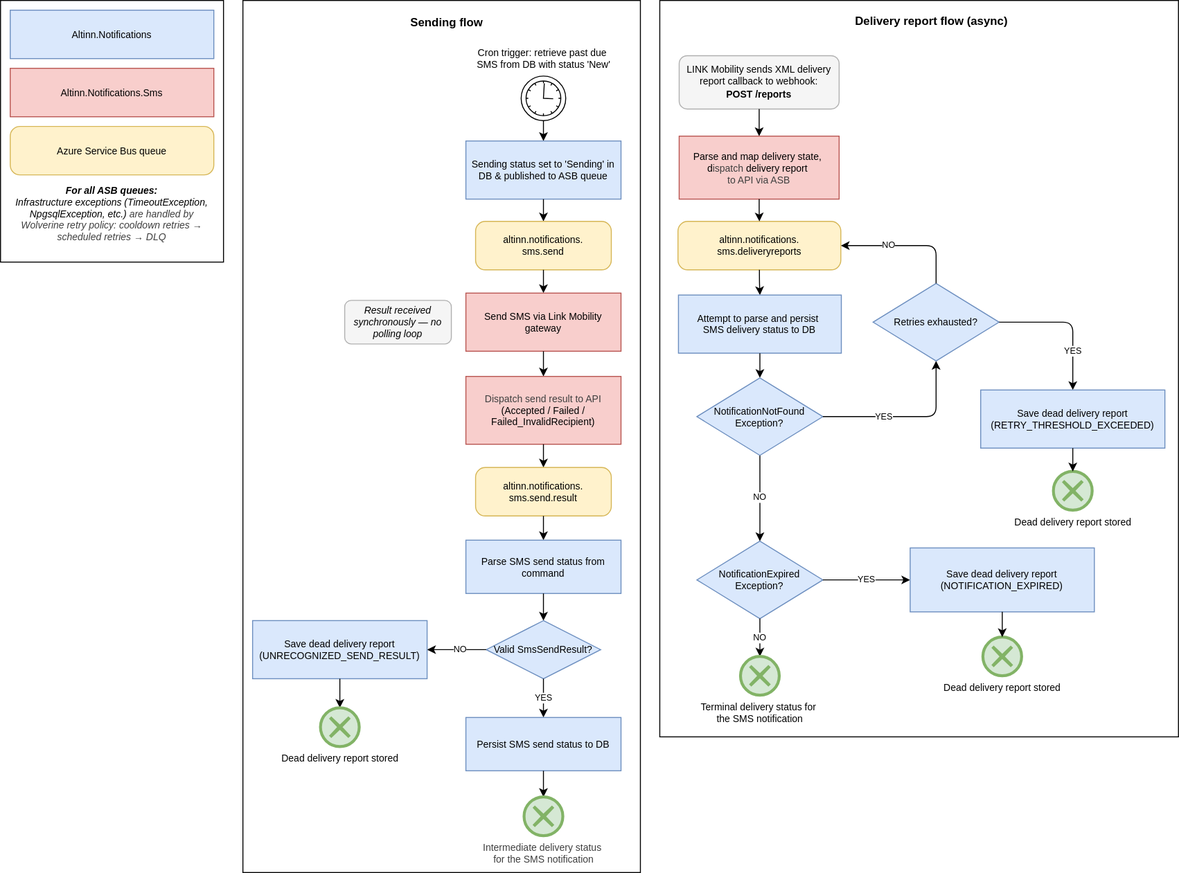
The draw.io diagram docs/architecture/diagrams/flowchart-sms-notifications-process.svg in Altinn/altinn-notifications, before a commit. Source tidied: cells renumbered, new cells last; positions are measured from the earlier drawing's top-left corner, leaving out a move shared by most shapes.
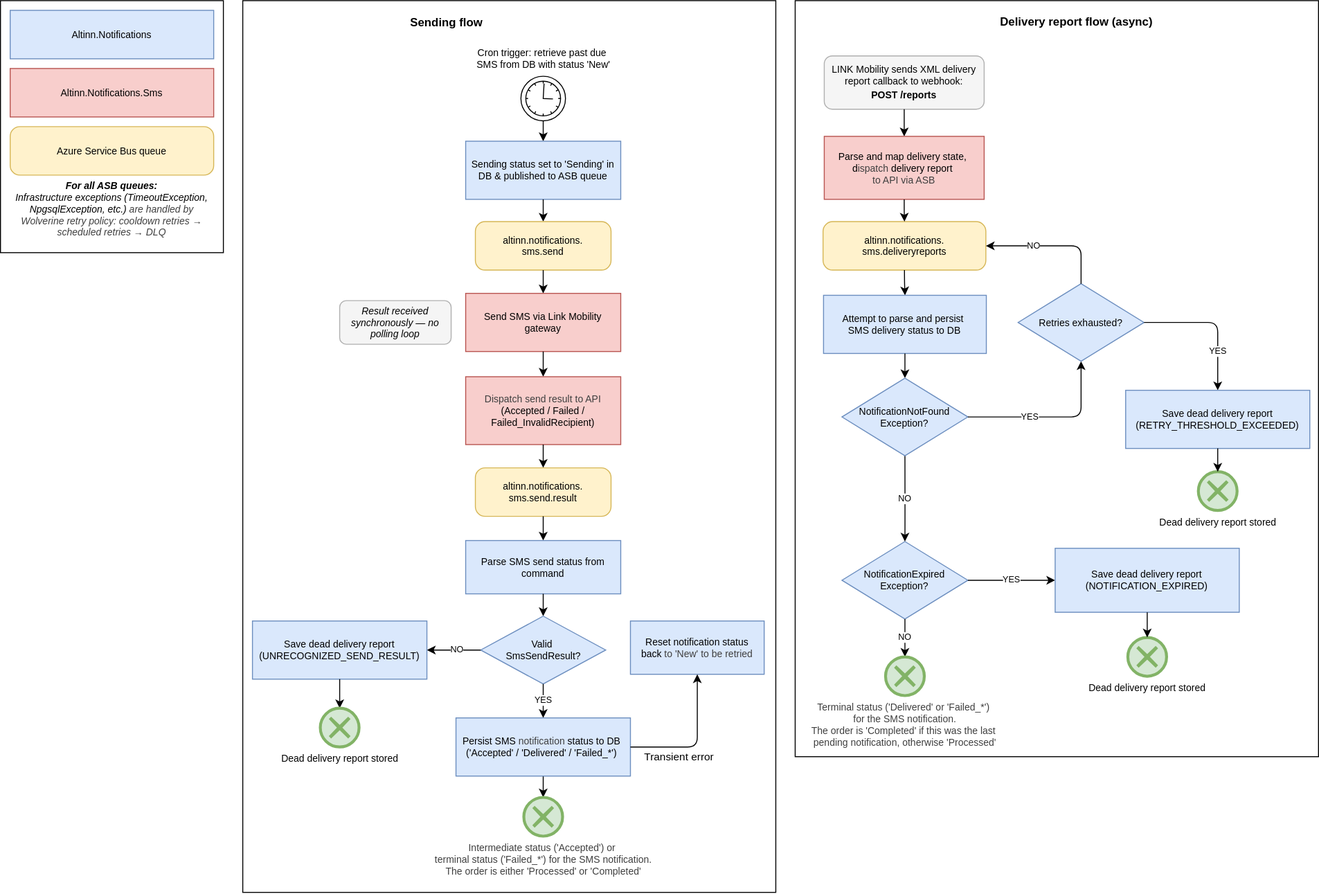
After the commit.

Change to the diagram source:
```diff
@@ -5,9 +5,9 @@
     <mxCell id="2" style="rounded=0;whiteSpace=wrap;html=1;" parent="1" vertex="1">
-      <mxGeometry x="680" width="535" height="760" as="geometry" />
+      <mxGeometry x="820" width="540" height="780" as="geometry" />
     </mxCell>
     <mxCell id="3" style="rounded=0;whiteSpace=wrap;html=1;" parent="1" vertex="1">
-      <mxGeometry x="250" width="410" height="900" as="geometry" />
+      <mxGeometry x="250" width="550" height="920" as="geometry" />
     </mxCell>
     <mxCell id="4" style="rounded=0;whiteSpace=wrap;html=1;" parent="1" vertex="1">
-      <mxGeometry width="230" height="270" as="geometry" />
+      <mxGeometry width="230" height="260" as="geometry" />
     </mxCell>
@@ -17,3 +17,3 @@
     <mxCell id="6" value="&lt;font style=&quot;font-size: 12px;&quot;&gt;Delivery report flow (async)&lt;/font&gt;" style="text;html=1;align=center;verticalAlign=middle;strokeColor=none;fillColor=none;fontSize=11;fontStyle=1;" parent="1" vertex="1">
-      <mxGeometry x="850" y="9" width="220" height="25" as="geometry" />
+      <mxGeometry x="1000" y="9" width="220" height="25" as="geometry" />
     </mxCell>
@@ -29,3 +29,3 @@
     <mxCell id="10" value="&lt;div&gt;&lt;font&gt;&lt;b&gt;For all ASB queues:&lt;/b&gt;&lt;/font&gt;&lt;/div&gt;&lt;font&gt;Infrastructure exceptions (TimeoutException, NpgsqlException, etc.)&amp;nbsp;&lt;/font&gt;&lt;span style=&quot;color: rgb(63, 63, 63); background-color: transparent;&quot;&gt;are handled by Wolverine retry policy:&amp;nbsp;&lt;/span&gt;&lt;span style=&quot;color: rgb(63, 63, 63); background-color: transparent;&quot;&gt;cooldown retries → scheduled retries → DLQ&lt;/span&gt;" style="rounded=1;whiteSpace=wrap;html=1;fontSize=10;fontStyle=2;strokeColor=none;" parent="1" vertex="1">
-      <mxGeometry x="10" y="180" width="210" height="80" as="geometry" />
+      <mxGeometry x="10" y="180" width="210" height="70" as="geometry" />
     </mxCell>
@@ -56,3 +56,3 @@
     <mxCell id="19" value="&lt;font style=&quot;font-size: 10px;&quot;&gt;Result received synchronously — no polling loop&lt;/font&gt;" style="rounded=1;whiteSpace=wrap;html=1;fillColor=#f5f5f5;strokeColor=#b0b0b0;fontSize=9;fontStyle=2;" parent="1" vertex="1">
-      <mxGeometry x="355" y="309.5" width="110" height="45" as="geometry" />
+      <mxGeometry x="350" y="309.5" width="115" height="45" as="geometry" />
     </mxCell>
@@ -79,15 +79,12 @@
     </mxCell>
-    <mxCell id="27" value="Valid SmsSendResult?" style="rhombus;whiteSpace=wrap;html=1;fontSize=10;fillColor=#dae8fc;strokeColor=#6c8ebf;" parent="1" vertex="1">
-      <mxGeometry x="501" y="640" width="118" height="60" as="geometry" />
+    <mxCell id="27" value="Valid&amp;nbsp;&lt;div&gt;SmsSendResult?&lt;/div&gt;" style="rhombus;whiteSpace=wrap;html=1;fontSize=10;fillColor=#dae8fc;strokeColor=#6c8ebf;" parent="1" vertex="1">
+      <mxGeometry x="495.5" y="635" width="129" height="70" as="geometry" />
     </mxCell>
-    <mxCell id="28" value="YES" style="edgeStyle=orthogonalEdgeStyle;html=1;exitX=0.5;exitY=1;exitDx=0;exitDy=0;fontSize=9;" parent="1" edge="1" source="27" target="29">
+    <mxCell id="28" value="YES" style="edgeStyle=orthogonalEdgeStyle;html=1;exitX=0.5;exitY=1;exitDx=0;exitDy=0;fontSize=9;entryX=0.5;entryY=0;entryDx=0;entryDy=0;" parent="1" edge="1" source="27" target="60">
       <mxGeometry relative="1" as="geometry" />
     </mxCell>
-    <mxCell id="29" value="&lt;font&gt;Persist SMS send status to DB&lt;/font&gt;" style="rounded=0;whiteSpace=wrap;html=1;fillColor=#dae8fc;strokeColor=#6c8ebf;fontSize=10;" parent="1" vertex="1">
-      <mxGeometry x="480" y="740" width="160" height="55" as="geometry" />
-    </mxCell>
-    <mxCell id="30" style="edgeStyle=orthogonalEdgeStyle;html=1;exitX=0.5;exitY=1;exitDx=0;exitDy=0;entryX=0.5;entryY=0;entryDx=0;entryDy=0;entryPerimeter=0;" parent="1" edge="1" source="29" target="31">
+    <mxCell id="30" style="edgeStyle=orthogonalEdgeStyle;html=1;exitX=0.5;exitY=1;exitDx=0;exitDy=0;entryX=0.5;entryY=0;entryDx=0;entryDy=0;entryPerimeter=0;" parent="1" edge="1" source="60" target="31">
       <mxGeometry relative="1" as="geometry" />
     </mxCell>
-    <mxCell id="31" value="&lt;font style=&quot;scrollbar-color: rgb(226, 226, 226) rgb(251, 251, 251); color: rgb(63, 63, 63);&quot;&gt;Intermediate delivery status&amp;nbsp;&lt;/font&gt;&lt;div style=&quot;color: rgb(63, 63, 63); scrollbar-color: rgb(226, 226, 226) rgb(251, 251, 251);&quot;&gt;&lt;font style=&quot;scrollbar-color: rgb(226, 226, 226) rgb(251, 251, 251); color: rgb(63, 63, 63);&quot;&gt;for&amp;nbsp;&lt;/font&gt;&lt;span style=&quot;color: rgb(63, 63, 63); scrollbar-color: rgb(226, 226, 226) rgb(251, 251, 251); background-color: light-dark(rgb(255, 255, 255), rgb(18, 18, 18));&quot;&gt;the SMS notification&lt;/span&gt;&lt;/div&gt;" style="points=[[0.145,0.145,0],[0.5,0,0],[0.855,0.145,0],[1,0.5,0],[0.855,0.855,0],[0.5,1,0],[0.145,0.855,0],[0,0.5,0]];shape=mxgraph.bpmn.event;html=1;verticalLabelPosition=bottom;labelBackgroundColor=#ffffff;verticalAlign=top;align=center;perimeter=ellipsePerimeter;outlineConnect=0;outline=end;symbol=cancel;fontSize=10;fillColor=#d5e8d4;strokeColor=#82b366;" parent="1" vertex="1">
+    <mxCell id="31" value="&lt;font style=&quot;scrollbar-color: rgb(226, 226, 226) rgb(251, 251, 251); color: rgb(63, 63, 63);&quot;&gt;Intermediate status ('Accepted') or&amp;nbsp;&lt;/font&gt;&lt;div style=&quot;color: rgb(63, 63, 63); scrollbar-color: rgb(226, 226, 226) rgb(251, 251, 251);&quot;&gt;&lt;font style=&quot;scrollbar-color: rgb(226, 226, 226) rgb(251, 251, 251); color: rgb(63, 63, 63);&quot;&gt;terminal status ('Failed_*') for &lt;/font&gt;&lt;span style=&quot;color: rgb(63, 63, 63); scrollbar-color: rgb(226, 226, 226) rgb(251, 251, 251); background-color: light-dark(rgb(255, 255, 255), rgb(18, 18, 18));&quot;&gt;the SMS notification.&lt;/span&gt;&lt;/div&gt;&lt;div style=&quot;color: rgb(63, 63, 63); scrollbar-color: rgb(226, 226, 226) rgb(251, 251, 251);&quot;&gt;&lt;span style=&quot;color: rgb(63, 63, 63); scrollbar-color: rgb(226, 226, 226) rgb(251, 251, 251); background-color: light-dark(rgb(255, 255, 255), rgb(18, 18, 18));&quot;&gt;The order is either 'Processed' or 'Completed'&lt;/span&gt;&lt;/div&gt;" style="points=[[0.145,0.145,0],[0.5,0,0],[0.855,0.145,0],[1,0.5,0],[0.855,0.855,0],[0.5,1,0],[0.145,0.855,0],[0,0.5,0]];shape=mxgraph.bpmn.event;html=1;verticalLabelPosition=bottom;labelBackgroundColor=#ffffff;verticalAlign=top;align=center;perimeter=ellipsePerimeter;outlineConnect=0;outline=end;symbol=cancel;fontSize=10;fillColor=#d5e8d4;strokeColor=#82b366;" parent="1" vertex="1">
       <mxGeometry x="540" y="822" width="40" height="40" as="geometry" />
@@ -107,3 +104,3 @@
     <mxCell id="36" value="&lt;font&gt;LINK Mobility sends XML delivery report callback to webhook:&lt;/font&gt;&lt;div&gt;&lt;div&gt;&lt;font&gt;&lt;b style=&quot;line-height: 150%;&quot;&gt;POST /reports&lt;/b&gt;&lt;/font&gt;&lt;/div&gt;&lt;/div&gt;" style="rounded=1;whiteSpace=wrap;html=1;fillColor=#f5f5f5;strokeColor=#b0b0b0;fontSize=10;" parent="1" vertex="1">
-      <mxGeometry x="700" y="57" width="165" height="55" as="geometry" />
+      <mxGeometry x="850" y="57" width="165" height="55" as="geometry" />
     </mxCell>
@@ -113,6 +110,6 @@
     <mxCell id="38" value="&lt;font&gt;Parse and map delivery state,&amp;nbsp;&lt;/font&gt;&lt;div&gt;&lt;font&gt;d&lt;/font&gt;&lt;span style=&quot;color: rgb(63, 63, 63);&quot;&gt;ispatch&lt;/span&gt;&lt;span style=&quot;background-color: transparent;&quot;&gt;&amp;nbsp;delivery report&amp;nbsp;&lt;/span&gt;&lt;/div&gt;&lt;div&gt;&lt;span style=&quot;color: rgb(63, 63, 63); background-color: transparent;&quot;&gt;to API&amp;nbsp;&lt;/span&gt;&lt;span style=&quot;color: rgb(63, 63, 63); background-color: transparent;&quot;&gt;via ASB&lt;/span&gt;&lt;/div&gt;" style="rounded=0;whiteSpace=wrap;html=1;fillColor=#f8cecc;strokeColor=#b85450;fontSize=10;" parent="1" vertex="1">
-      <mxGeometry x="700" y="140" width="165" height="65" as="geometry" />
+      <mxGeometry x="850" y="140" width="165" height="65" as="geometry" />
     </mxCell>
     <mxCell id="39" value="&lt;font&gt;altinn.notifications.&lt;/font&gt;&lt;div&gt;&lt;font&gt;sms.deliveryreports&lt;/font&gt;&lt;/div&gt;" style="rounded=1;whiteSpace=wrap;html=1;fillColor=#fff2cc;strokeColor=#d6b656;arcSize=20;fontSize=10;" parent="1" vertex="1">
-      <mxGeometry x="698.8" y="228" width="168" height="50" as="geometry" />
+      <mxGeometry x="848.8" y="228" width="168" height="50" as="geometry" />
     </mxCell>
@@ -122,3 +119,3 @@
     <mxCell id="41" value="&lt;font&gt;Attempt to parse and persist&amp;nbsp;&lt;/font&gt;&lt;div&gt;&lt;font&gt;SMS delivery status to DB&lt;/font&gt;&lt;/div&gt;" style="rounded=0;whiteSpace=wrap;html=1;fillColor=#dae8fc;strokeColor=#6c8ebf;fontSize=10;" parent="1" vertex="1">
-      <mxGeometry x="699.2" y="304" width="168" height="60" as="geometry" />
+      <mxGeometry x="849.2" y="304" width="168" height="60" as="geometry" />
     </mxCell>
@@ -128,3 +125,3 @@
     <mxCell id="43" value="&lt;font&gt;NotificationExpired&lt;/font&gt;&lt;div&gt;&lt;font&gt;Exception?&lt;/font&gt;&lt;/div&gt;" style="rhombus;whiteSpace=wrap;html=1;fontSize=10;fillColor=#dae8fc;strokeColor=#6c8ebf;" parent="1" vertex="1">
-      <mxGeometry x="718.2" y="558" width="130" height="80" as="geometry" />
+      <mxGeometry x="868.2" y="558" width="130" height="80" as="geometry" />
     </mxCell>
@@ -136,4 +133,4 @@
         <Array as="points">
-          <mxPoint x="783.2" y="534" />
-          <mxPoint x="783.2" y="534" />
+          <mxPoint x="933.2" y="534" />
+          <mxPoint x="933.2" y="534" />
         </Array>
@@ -142,6 +139,6 @@
     <mxCell id="46" value="&lt;font&gt;Save dead delivery report&lt;/font&gt;&lt;div&gt;&lt;font&gt;(NOTIFICATION_EXPIRED)&lt;/font&gt;&lt;/div&gt;" style="rounded=0;whiteSpace=wrap;html=1;fillColor=#dae8fc;strokeColor=#6c8ebf;fontSize=10;" parent="1" vertex="1">
-      <mxGeometry x="938.2" y="565" width="190" height="66" as="geometry" />
+      <mxGeometry x="1088.2" y="565" width="190" height="66" as="geometry" />
     </mxCell>
     <mxCell id="47" value="&lt;font&gt;Dead delivery report stored&lt;/font&gt;" style="points=[[0.145,0.145,0],[0.5,0,0],[0.855,0.145,0],[1,0.5,0],[0.855,0.855,0],[0.5,1,0],[0.145,0.855,0],[0,0.5,0]];shape=mxgraph.bpmn.event;html=1;verticalLabelPosition=bottom;labelBackgroundColor=#ffffff;verticalAlign=top;align=center;perimeter=ellipsePerimeter;outlineConnect=0;outline=end;symbol=cancel;fillColor=#d5e8d4;strokeColor=#82b366;fontSize=10;" parent="1" vertex="1">
-      <mxGeometry x="1013.2" y="657" width="40" height="40" as="geometry" />
+      <mxGeometry x="1163.2" y="657" width="40" height="40" as="geometry" />
     </mxCell>
@@ -151,3 +148,3 @@
     <mxCell id="49" value="&lt;font&gt;NotificationNotFound&lt;/font&gt;&lt;div&gt;&lt;font&gt;Exception?&lt;/font&gt;&lt;/div&gt;" style="rhombus;whiteSpace=wrap;html=1;fontSize=10;fillColor=#dae8fc;strokeColor=#6c8ebf;" parent="1" vertex="1">
-      <mxGeometry x="718.2" y="389.5" width="130" height="80" as="geometry" />
+      <mxGeometry x="868.2" y="389.5" width="130" height="80" as="geometry" />
     </mxCell>
@@ -160,3 +157,3 @@
     <mxCell id="52" value="&lt;font&gt;Retries exhausted?&lt;/font&gt;" style="rhombus;whiteSpace=wrap;html=1;fontSize=10;fillColor=#dae8fc;strokeColor=#6c8ebf;" parent="1" vertex="1">
-      <mxGeometry x="900" y="292" width="130" height="80" as="geometry" />
+      <mxGeometry x="1050" y="292" width="130" height="80" as="geometry" />
     </mxCell>
@@ -168,3 +165,3 @@
         <Array as="points">
-          <mxPoint x="965" y="253" />
+          <mxPoint x="1115" y="253" />
         </Array>
@@ -173,6 +170,6 @@
     <mxCell id="55" value="&lt;font&gt;Save dead delivery report&lt;/font&gt;&lt;div&gt;&lt;font&gt;(RETRY_THRESHOLD_EXCEEDED)&lt;/font&gt;&lt;/div&gt;" style="rounded=0;whiteSpace=wrap;html=1;fillColor=#dae8fc;strokeColor=#6c8ebf;fontSize=10;" parent="1" vertex="1">
-      <mxGeometry x="1011" y="402" width="190" height="60" as="geometry" />
+      <mxGeometry x="1161" y="402" width="190" height="60" as="geometry" />
     </mxCell>
     <mxCell id="56" value="&lt;font&gt;Dead delivery report stored&lt;/font&gt;" style="points=[[0.145,0.145,0],[0.5,0,0],[0.855,0.145,0],[1,0.5,0],[0.855,0.855,0],[0.5,1,0],[0.145,0.855,0],[0,0.5,0]];shape=mxgraph.bpmn.event;html=1;verticalLabelPosition=bottom;labelBackgroundColor=#ffffff;verticalAlign=top;align=center;perimeter=ellipsePerimeter;outlineConnect=0;outline=end;symbol=cancel;fillColor=#d5e8d4;strokeColor=#82b366;fontSize=10;" parent="1" vertex="1">
-      <mxGeometry x="1086" y="486" width="40" height="40" as="geometry" />
+      <mxGeometry x="1236" y="486" width="40" height="40" as="geometry" />
     </mxCell>
@@ -181,4 +178,4 @@
     </mxCell>
-    <mxCell id="58" value="&lt;font&gt;Terminal delivery status for&amp;nbsp;&lt;/font&gt;&lt;div&gt;&lt;font&gt;the SMS notification&lt;/font&gt;&lt;/div&gt;" style="points=[[0.145,0.145,0],[0.5,0,0],[0.855,0.145,0],[1,0.5,0],[0.855,0.855,0],[0.5,1,0],[0.145,0.855,0],[0,0.5,0]];shape=mxgraph.bpmn.event;html=1;verticalLabelPosition=bottom;labelBackgroundColor=#ffffff;verticalAlign=top;align=center;perimeter=ellipsePerimeter;outlineConnect=0;outline=end;symbol=cancel;fillColor=#d5e8d4;strokeColor=#82b366;fontSize=10;" parent="1" vertex="1">
-      <mxGeometry x="763.2" y="677" width="40" height="40" as="geometry" />
+    <mxCell id="58" value="&lt;font style=&quot;color: rgb(63, 63, 63); scrollbar-color: rgb(226, 226, 226) rgb(251, 251, 251);&quot;&gt;Terminal status ('Delivered' or 'Failed_*'&lt;/font&gt;&lt;font style=&quot;scrollbar-color: rgb(226, 226, 226) rgb(251, 251, 251); background-color: light-dark(rgb(255, 255, 255), rgb(18, 18, 18)); color: rgb(63, 63, 63);&quot;&gt;)&amp;nbsp;&lt;/font&gt;&lt;div style=&quot;color: rgb(63, 63, 63); scrollbar-color: rgb(226, 226, 226) rgb(251, 251, 251);&quot;&gt;&lt;font style=&quot;scrollbar-color: rgb(226, 226, 226) rgb(251, 251, 251); background-color: light-dark(rgb(255, 255, 255), rgb(18, 18, 18)); color: rgb(63, 63, 63);&quot;&gt;for the SMS&amp;nbsp;&lt;/font&gt;&lt;span style=&quot;scrollbar-color: rgb(226, 226, 226) rgb(251, 251, 251); background-color: light-dark(rgb(255, 255, 255), rgb(18, 18, 18)); color: rgb(63, 63, 63);&quot;&gt;notification.&lt;/span&gt;&lt;div style=&quot;color: rgb(63, 63, 63); scrollbar-color: rgb(226, 226, 226) rgb(251, 251, 251);&quot;&gt;&lt;span style=&quot;scrollbar-color: rgb(226, 226, 226) rgb(251, 251, 251); background-color: light-dark(rgb(255, 255, 255), rgb(18, 18, 18)); color: rgb(63, 63, 63);&quot;&gt;The order is 'Completed' if this was the last&amp;nbsp;&lt;/span&gt;&lt;/div&gt;&lt;div style=&quot;color: rgb(63, 63, 63); scrollbar-color: rgb(226, 226, 226) rgb(251, 251, 251);&quot;&gt;&lt;font style=&quot;color: rgb(63, 63, 63); scrollbar-color: rgb(226, 226, 226) rgb(251, 251, 251);&quot;&gt;pending notification, otherwise 'Processed'&lt;/font&gt;&lt;/div&gt;&lt;/div&gt;" style="points=[[0.145,0.145,0],[0.5,0,0],[0.855,0.145,0],[1,0.5,0],[0.855,0.855,0],[0.5,1,0],[0.145,0.855,0],[0,0.5,0]];shape=mxgraph.bpmn.event;html=1;verticalLabelPosition=bottom;labelBackgroundColor=#ffffff;verticalAlign=top;align=center;perimeter=ellipsePerimeter;outlineConnect=0;outline=end;symbol=cancel;fillColor=#d5e8d4;strokeColor=#82b366;fontSize=10;" parent="1" vertex="1">
+      <mxGeometry x="913.2" y="677" width="40" height="40" as="geometry" />
     </mxCell>
@@ -187,2 +184,20 @@
     </mxCell>
+    <mxCell id="60" value="&lt;font&gt;Persist SMS&lt;/font&gt;&lt;span style=&quot;color: rgb(63, 63, 63); background-color: transparent;&quot;&gt;&amp;nbsp;notification&amp;nbsp;&lt;/span&gt;&lt;span style=&quot;background-color: transparent;&quot;&gt;status to DB&amp;nbsp;&lt;/span&gt;&lt;div&gt;&lt;span style=&quot;background-color: transparent;&quot;&gt;('Accepted' / 'Delivered' / 'Failed_*')&amp;nbsp;&lt;/span&gt;&lt;/div&gt;" style="rounded=0;whiteSpace=wrap;html=1;fillColor=#dae8fc;strokeColor=#6c8ebf;fontSize=10;" parent="1" vertex="1">
+      <mxGeometry x="470" y="740" width="180" height="60" as="geometry" />
+    </mxCell>
+    <mxCell id="61" value="Reset notification status&lt;div&gt;back&amp;nbsp;&lt;span style=&quot;color: rgb(63, 63, 63); background-color: transparent;&quot;&gt;to&amp;nbsp;&lt;/span&gt;&lt;span style=&quot;background-color: transparent; color: rgb(63, 63, 63);&quot;&gt;'New' to be retried&lt;/span&gt;&lt;/div&gt;" style="rounded=0;whiteSpace=wrap;html=1;fillColor=#dae8fc;strokeColor=#6c8ebf;fontSize=10;" parent="1" vertex="1">
+      <mxGeometry x="650" y="640" width="138" height="55" as="geometry" />
+    </mxCell>
+    <mxCell id="62" style="edgeStyle=orthogonalEdgeStyle;html=1;fontSize=9;entryX=0.5;entryY=1;entryDx=0;entryDy=0;exitX=1;exitY=0.5;exitDx=0;exitDy=0;" parent="1" edge="1" source="60" target="61">
+      <mxGeometry x="0.17" relative="1" as="geometry">
+        <Array as="points">
+          <mxPoint x="719" y="770" />
+        </Array>
+      </mxGeometry>
+    </mxCell>
+    <mxCell id="63" value="Transient error" style="edgeLabel;html=1;align=center;verticalAlign=middle;" parent="62" vertex="1">
+      <mxGeometry x="-0.24" y="1" relative="1" as="geometry">
+        <mxPoint x="-5" y="11" as="offset" />
+      </mxGeometry>
+    </mxCell>
   </root>
```
